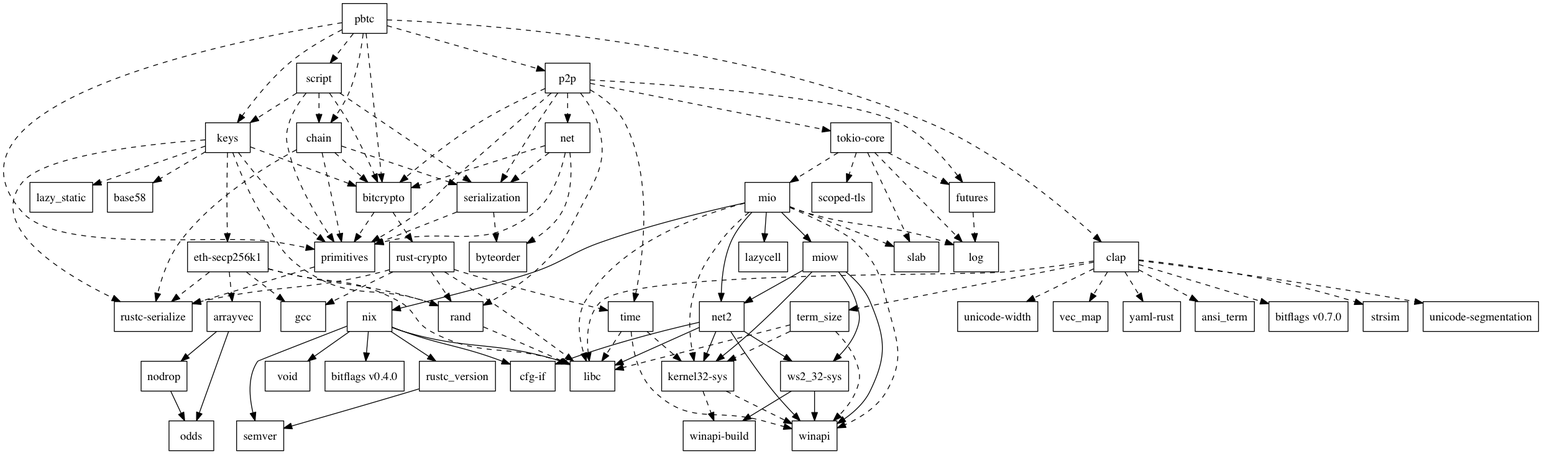
This is tools/graph.png from paritytech/parity-bitcoin, a Graphviz export, as it was before one commit. Its source is kept beside it as tools/graph.dot.
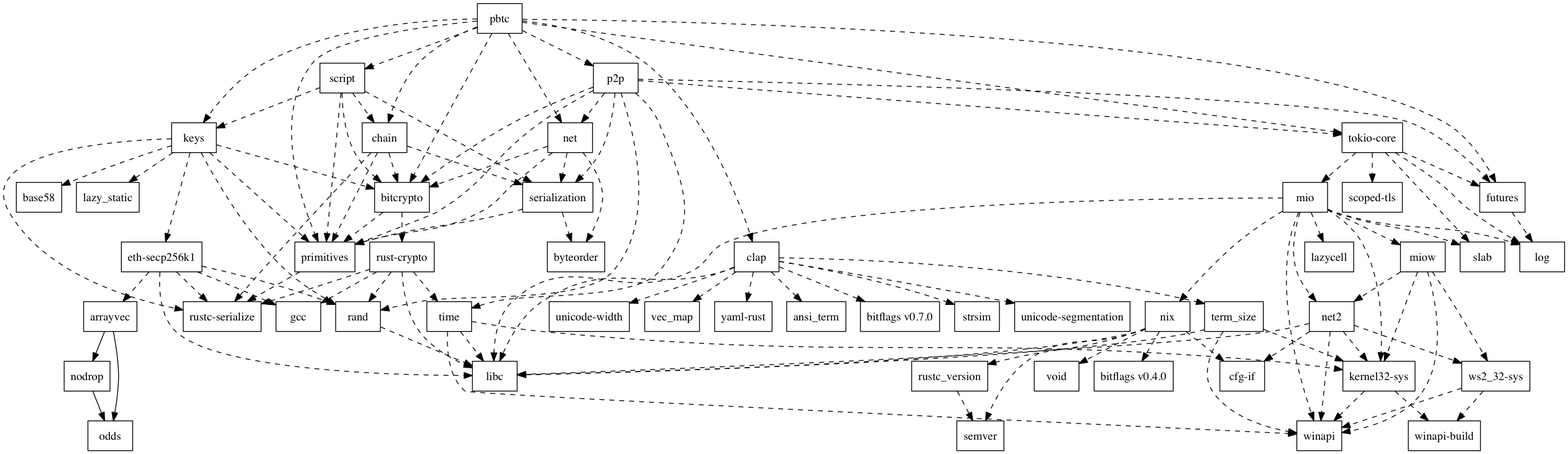
After the commit.

Diff of the diagram source:
```diff
@@ -3,51 +3,51 @@
 	N1[label="bitcrypto",shape=box];
 	N2[label="chain",shape=box];
 	N3[label="clap",shape=box];
-	N4[label="keys",shape=box];
-	N5[label="p2p",shape=box];
-	N6[label="primitives",shape=box];
-	N7[label="script",shape=box];
-	N8[label="ansi_term",shape=box];
-	N9[label="arrayvec",shape=box];
-	N10[label="nodrop",shape=box];
-	N11[label="odds",shape=box];
-	N12[label="base58",shape=box];
-	N13[label="rust-crypto",shape=box];
-	N14[label="bitflags v0.4.0",shape=box];
-	N15[label="bitflags v0.7.0",shape=box];
-	N16[label="byteorder",shape=box];
-	N17[label="cfg-if",shape=box];
-	N18[label="rustc-serialize",shape=box];
-	N19[label="serialization",shape=box];
-	N20[label="libc",shape=box];
-	N21[label="strsim",shape=box];
-	N22[label="term_size",shape=box];
-	N23[label="unicode-segmentation",shape=box];
-	N24[label="unicode-width",shape=box];
-	N25[label="vec_map",shape=box];
-	N26[label="yaml-rust",shape=box];
-	N27[label="eth-secp256k1",shape=box];
-	N28[label="gcc",shape=box];
-	N29[label="rand",shape=box];
-	N30[label="futures",shape=box];
-	N31[label="log",shape=box];
-	N32[label="kernel32-sys",shape=box];
-	N33[label="winapi",shape=box];
-	N34[label="winapi-build",shape=box];
-	N35[label="lazy_static",shape=box];
-	N36[label="lazycell",shape=box];
-	N37[label="mio",shape=box];
-	N38[label="miow",shape=box];
-	N39[label="net2",shape=box];
-	N40[label="nix",shape=box];
-	N41[label="slab",shape=box];
-	N42[label="ws2_32-sys",shape=box];
-	N43[label="net",shape=box];
-	N44[label="rustc_version",shape=box];
-	N45[label="semver",shape=box];
-	N46[label="void",shape=box];
-	N47[label="time",shape=box];
-	N48[label="tokio-core",shape=box];
+	N4[label="futures",shape=box];
+	N5[label="keys",shape=box];
+	N6[label="net",shape=box];
+	N7[label="p2p",shape=box];
+	N8[label="primitives",shape=box];
+	N9[label="script",shape=box];
+	N10[label="tokio-core",shape=box];
+	N11[label="ansi_term",shape=box];
+	N12[label="arrayvec",shape=box];
+	N13[label="nodrop",shape=box];
+	N14[label="odds",shape=box];
+	N15[label="base58",shape=box];
+	N16[label="rust-crypto",shape=box];
+	N17[label="bitflags v0.4.0",shape=box];
+	N18[label="bitflags v0.7.0",shape=box];
+	N19[label="byteorder",shape=box];
+	N20[label="cfg-if",shape=box];
+	N21[label="rustc-serialize",shape=box];
+	N22[label="serialization",shape=box];
+	N23[label="libc",shape=box];
+	N24[label="strsim",shape=box];
+	N25[label="term_size",shape=box];
+	N26[label="unicode-segmentation",shape=box];
+	N27[label="unicode-width",shape=box];
+	N28[label="vec_map",shape=box];
+	N29[label="yaml-rust",shape=box];
+	N30[label="eth-secp256k1",shape=box];
+	N31[label="gcc",shape=box];
+	N32[label="rand",shape=box];
+	N33[label="log",shape=box];
+	N34[label="kernel32-sys",shape=box];
+	N35[label="winapi",shape=box];
+	N36[label="winapi-build",shape=box];
+	N37[label="lazy_static",shape=box];
+	N38[label="lazycell",shape=box];
+	N39[label="mio",shape=box];
+	N40[label="miow",shape=box];
+	N41[label="net2",shape=box];
+	N42[label="nix",shape=box];
+	N43[label="slab",shape=box];
+	N44[label="ws2_32-sys",shape=box];
+	N45[label="rustc_version",shape=box];
+	N46[label="semver",shape=box];
+	N47[label="void",shape=box];
+	N48[label="time",shape=box];
 	N49[label="scoped-tls",shape=box];
 	N0 -> N1[label="",style=dashed];
 	N0 -> N2[label="",style=dashed];
@@ -56,101 +56,104 @@
 	N0 -> N5[label="",style=dashed];
 	N0 -> N6[label="",style=dashed];
 	N0 -> N7[label="",style=dashed];
-	N1 -> N6[label="",style=dashed];
-	N1 -> N13[label="",style=dashed];
+	N0 -> N8[label="",style=dashed];
+	N0 -> N9[label="",style=dashed];
+	N0 -> N10[label="",style=dashed];
+	N1 -> N8[label="",style=dashed];
+	N1 -> N16[label="",style=dashed];
 	N2 -> N1[label="",style=dashed];
-	N2 -> N6[label="",style=dashed];
-	N2 -> N18[label="",style=dashed];
-	N2 -> N19[label="",style=dashed];
-	N3 -> N8[label="",style=dashed];
-	N3 -> N15[label="",style=dashed];
-	N3 -> N20[label="",style=dashed];
-	N3 -> N21[label="",style=dashed];
-	N3 -> N22[label="",style=dashed];
+	N2 -> N8[label="",style=dashed];
+	N2 -> N21[label="",style=dashed];
+	N2 -> N22[label="",style=dashed];
+	N3 -> N11[label="",style=dashed];
+	N3 -> N18[label="",style=dashed];
 	N3 -> N23[label="",style=dashed];
 	N3 -> N24[label="",style=dashed];
 	N3 -> N25[label="",style=dashed];
 	N3 -> N26[label="",style=dashed];
-	N4 -> N1[label="",style=dashed];
-	N4 -> N6[label="",style=dashed];
-	N4 -> N12[label="",style=dashed];
-	N4 -> N18[label="",style=dashed];
-	N4 -> N27[label="",style=dashed];
-	N4 -> N29[label="",style=dashed];
-	N4 -> N35[label="",style=dashed];
+	N3 -> N27[label="",style=dashed];
+	N3 -> N28[label="",style=dashed];
+	N3 -> N29[label="",style=dashed];
+	N4 -> N33[label="",style=dashed];
 	N5 -> N1[label="",style=dashed];
-	N5 -> N6[label="",style=dashed];
-	N5 -> N19[label="",style=dashed];
-	N5 -> N29[label="",style=dashed];
+	N5 -> N8[label="",style=dashed];
+	N5 -> N15[label="",style=dashed];
+	N5 -> N21[label="",style=dashed];
 	N5 -> N30[label="",style=dashed];
-	N5 -> N43[label="",style=dashed];
-	N5 -> N47[label="",style=dashed];
-	N5 -> N48[label="",style=dashed];
-	N6 -> N18[label="",style=dashed];
+	N5 -> N32[label="",style=dashed];
+	N5 -> N37[label="",style=dashed];
+	N6 -> N1[label="",style=dashed];
+	N6 -> N8[label="",style=dashed];
+	N6 -> N19[label="",style=dashed];
+	N6 -> N22[label="",style=dashed];
 	N7 -> N1[label="",style=dashed];
-	N7 -> N2[label="",style=dashed];
 	N7 -> N4[label="",style=dashed];
 	N7 -> N6[label="",style=dashed];
-	N7 -> N19[label="",style=dashed];
-	N9 -> N10[label=""];
-	N9 -> N11[label=""];
-	N10 -> N11[label=""];
-	N13 -> N18[label="",style=dashed];
-	N13 -> N20[label="",style=dashed];
-	N13 -> N28[label="",style=dashed];
-	N13 -> N29[label="",style=dashed];
-	N13 -> N47[label="",style=dashed];
-	N19 -> N6[label="",style=dashed];
-	N19 -> N16[label="",style=dashed];
-	N22 -> N20[label="",style=dashed];
-	N22 -> N32[label="",style=dashed];
-	N22 -> N33[label="",style=dashed];
-	N27 -> N9[label="",style=dashed];
-	N27 -> N18[label="",style=dashed];
-	N27 -> N20[label="",style=dashed];
-	N27 -> N28[label="",style=dashed];
-	N27 -> N29[label="",style=dashed];
-	N29 -> N20[label="",style=dashed];
+	N7 -> N8[label="",style=dashed];
+	N7 -> N10[label="",style=dashed];
+	N7 -> N22[label="",style=dashed];
+	N7 -> N32[label="",style=dashed];
+	N7 -> N48[label="",style=dashed];
+	N8 -> N21[label="",style=dashed];
+	N9 -> N1[label="",style=dashed];
+	N9 -> N2[label="",style=dashed];
+	N9 -> N5[label="",style=dashed];
+	N9 -> N8[label="",style=dashed];
+	N9 -> N22[label="",style=dashed];
+	N10 -> N4[label="",style=dashed];
+	N10 -> N33[label="",style=dashed];
+	N10 -> N39[label="",style=dashed];
+	N10 -> N43[label="",style=dashed];
+	N10 -> N49[label="",style=dashed];
+	N12 -> N13[label=""];
+	N12 -> N14[label=""];
+	N13 -> N14[label=""];
+	N16 -> N21[label="",style=dashed];
+	N16 -> N23[label="",style=dashed];
+	N16 -> N31[label="",style=dashed];
+	N16 -> N32[label="",style=dashed];
+	N16 -> N48[label="",style=dashed];
+	N22 -> N8[label="",style=dashed];
+	N22 -> N19[label="",style=dashed];
+	N25 -> N23[label="",style=dashed];
+	N25 -> N34[label="",style=dashed];
+	N25 -> N35[label="",style=dashed];
+	N30 -> N12[label="",style=dashed];
+	N30 -> N21[label="",style=dashed];
+	N30 -> N23[label="",style=dashed];
 	N30 -> N31[label="",style=dashed];
-	N32 -> N33[label="",style=dashed];
-	N32 -> N34[label="",style=dashed];
-	N37 -> N20[label="",style=dashed];
-	N37 -> N31[label="",style=dashed];
-	N37 -> N32[label="",style=dashed];
-	N37 -> N33[label="",style=dashed];
-	N37 -> N36[label=""];
-	N37 -> N38[label=""];
-	N37 -> N39[label=""];
-	N37 -> N40[label=""];
-	N37 -> N41[label="",style=dashed];
-	N38 -> N32[label=""];
-	N38 -> N33[label=""];
-	N38 -> N39[label=""];
-	N38 -> N42[label=""];
-	N39 -> N17[label=""];
-	N39 -> N20[label=""];
-	N39 -> N32[label=""];
-	N39 -> N33[label=""];
-	N39 -> N42[label=""];
-	N40 -> N14[label=""];
-	N40 -> N17[label=""];
-	N40 -> N20[label=""];
-	N40 -> N44[label=""];
-	N40 -> N45[label=""];
-	N40 -> N46[label=""];
-	N42 -> N33[label=""];
-	N42 -> N34[label=""];
-	N43 -> N1[label="",style=dashed];
-	N43 -> N6[label="",style=dashed];
-	N43 -> N16[label="",style=dashed];
-	N43 -> N19[label="",style=dashed];
-	N44 -> N45[label=""];
-	N47 -> N20[label="",style=dashed];
-	N47 -> N32[label="",style=dashed];
-	N47 -> N33[label="",style=dashed];
-	N48 -> N30[label="",style=dashed];
-	N48 -> N31[label="",style=dashed];
-	N48 -> N37[label="",style=dashed];
-	N48 -> N41[label="",style=dashed];
-	N48 -> N49[label="",style=dashed];
+	N30 -> N32[label="",style=dashed];
+	N32 -> N23[label="",style=dashed];
+	N34 -> N35[label="",style=dashed];
+	N34 -> N36[label="",style=dashed];
+	N39 -> N23[label="",style=dashed];
+	N39 -> N33[label="",style=dashed];
+	N39 -> N34[label="",style=dashed];
+	N39 -> N35[label="",style=dashed];
+	N39 -> N38[label="",style=dashed];
+	N39 -> N40[label="",style=dashed];
+	N39 -> N41[label="",style=dashed];
+	N39 -> N42[label="",style=dashed];
+	N39 -> N43[label="",style=dashed];
+	N40 -> N34[label="",style=dashed];
+	N40 -> N35[label="",style=dashed];
+	N40 -> N41[label="",style=dashed];
+	N40 -> N44[label="",style=dashed];
+	N41 -> N20[label="",style=dashed];
+	N41 -> N23[label="",style=dashed];
+	N41 -> N34[label="",style=dashed];
+	N41 -> N35[label="",style=dashed];
+	N41 -> N44[label="",style=dashed];
+	N42 -> N17[label="",style=dashed];
+	N42 -> N20[label="",style=dashed];
+	N42 -> N23[label="",style=dashed];
+	N42 -> N45[label="",style=dashed];
+	N42 -> N46[label="",style=dashed];
+	N42 -> N47[label="",style=dashed];
+	N44 -> N35[label="",style=dashed];
+	N44 -> N36[label="",style=dashed];
+	N45 -> N46[label="",style=dashed];
+	N48 -> N23[label="",style=dashed];
+	N48 -> N34[label="",style=dashed];
+	N48 -> N35[label="",style=dashed];
 }
```
